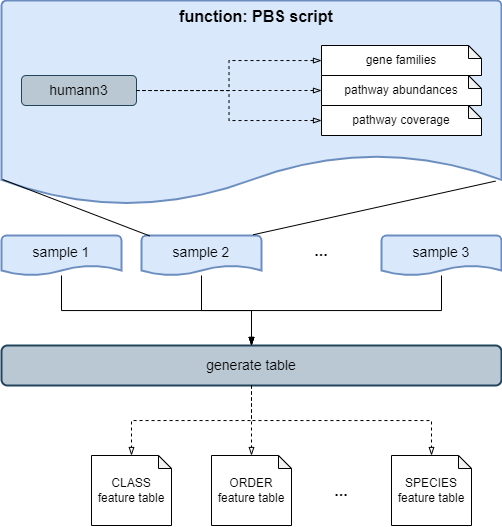
mrcbioinfo/mima-pipeline keeps this draw.io diagram as docs/assets/img/tutorials/no-singularity/tut_function_pipeline.png. Above is the earlier version. Source tidied: cells renumbered, new cells last; positions are measured from the earlier drawing's top-left corner, leaving out a move shared by most shapes. Its diagram source:
```xml
<mxGraphModel>
  <root>
    <mxCell id="0" />
    <mxCell id="1" parent="0" />
    <mxCell id="2" value="generate table" style="rounded=1;whiteSpace=wrap;html=1;fontSize=14;fillColor=#bac8d3;strokeColor=#23445d;strokeWidth=2;verticalAlign=middle;gradientColor=none;" parent="1" vertex="1">
      <mxGeometry y="345" width="500" height="40" as="geometry" />
    </mxCell>
    <mxCell id="3" value="function: PBS script" style="strokeWidth=2;html=1;shape=mxgraph.flowchart.document2;whiteSpace=wrap;size=0.25;fillColor=#dae8fc;fontColor=default;strokeColor=#6c8ebf;align=center;verticalAlign=top;fontStyle=1;fontSize=16;spacingLeft=10;rounded=1;" parent="1" vertex="1">
      <mxGeometry width="500" height="205" as="geometry" />
    </mxCell>
    <mxCell id="4" value="humann3" style="rounded=1;whiteSpace=wrap;html=1;fontSize=14;fillColor=#bac8d3;strokeColor=#23445d;" parent="1" vertex="1">
      <mxGeometry x="20" y="75" width="115" height="30" as="geometry" />
    </mxCell>
    <mxCell id="5" style="edgeStyle=orthogonalEdgeStyle;rounded=0;jettySize=auto;html=1;dashed=1;fontSize=16;endArrow=blockThin;endFill=0;" parent="1" edge="1" source="6" target="10">
      <mxGeometry relative="1" as="geometry" />
    </mxCell>
    <mxCell id="6" value="pathway abundances" style="shape=note;whiteSpace=wrap;html=1;backgroundOutline=1;darkOpacity=0.05;fontFamily=Helvetica;fontSize=12;fontColor=rgb(0, 0, 0);align=center;strokeColor=rgb(0, 0, 0);strokeWidth=1;fillColor=rgb(255, 255, 255);size=13;" parent="1" vertex="1">
      <mxGeometry x="320" y="75" width="160" height="30" as="geometry" />
    </mxCell>
    <mxCell id="7" style="edgeStyle=orthogonalEdgeStyle;rounded=0;jettySize=auto;html=1;fontSize=16;endArrow=blockThin;endFill=0;dashed=1;exitX=1;exitY=0.5;exitDx=0;exitDy=0;" parent="1" edge="1" source="4" target="6">
      <mxGeometry relative="1" as="geometry" />
    </mxCell>
    <mxCell id="8" value="pathway coverage" style="shape=note;whiteSpace=wrap;html=1;backgroundOutline=1;darkOpacity=0.05;fontFamily=Helvetica;fontSize=12;fontColor=rgb(0, 0, 0);align=center;strokeColor=rgb(0, 0, 0);strokeWidth=1;fillColor=rgb(255, 255, 255);size=13;" parent="1" vertex="1">
      <mxGeometry x="320" y="105" width="160" height="30" as="geometry" />
    </mxCell>
    <mxCell id="9" style="edgeStyle=orthogonalEdgeStyle;rounded=0;jettySize=auto;html=1;fontSize=16;endArrow=blockThin;endFill=0;dashed=1;exitX=1;exitY=0.5;exitDx=0;exitDy=0;entryX=0;entryY=0.5;entryDx=0;entryDy=0;entryPerimeter=0;" parent="1" edge="1" source="4" target="8">
      <mxGeometry relative="1" as="geometry" />
    </mxCell>
    <mxCell id="10" value="gene families" style="shape=note;whiteSpace=wrap;html=1;backgroundOutline=1;darkOpacity=0.05;fontFamily=Helvetica;fontSize=12;fontColor=rgb(0, 0, 0);align=center;strokeColor=rgb(0, 0, 0);strokeWidth=1;fillColor=rgb(255, 255, 255);size=13;" parent="1" vertex="1">
      <mxGeometry x="320" y="45" width="160" height="30" as="geometry" />
    </mxCell>
    <mxCell id="11" style="edgeStyle=orthogonalEdgeStyle;rounded=0;jettySize=auto;html=1;fontSize=16;endArrow=blockThin;endFill=0;dashed=1;" parent="1" edge="1" source="4" target="10">
      <mxGeometry relative="1" as="geometry" />
    </mxCell>
    <mxCell id="12" style="edgeStyle=orthogonalEdgeStyle;rounded=0;jettySize=auto;html=1;fontSize=16;endArrow=blockThin;endFill=1;" parent="1" edge="1" source="13" target="2">
      <mxGeometry relative="1" as="geometry" />
    </mxCell>
    <mxCell id="13" value="sample 1" style="strokeWidth=2;html=1;shape=mxgraph.flowchart.document2;whiteSpace=wrap;size=0.25;fillColor=#dae8fc;fontColor=default;strokeColor=#6c8ebf;align=center;verticalAlign=top;fontStyle=0;fontSize=14;spacingLeft=0;rounded=1;spacingTop=1;spacing=3;" parent="1" vertex="1">
      <mxGeometry y="235" width="120" height="40" as="geometry" />
    </mxCell>
    <mxCell id="14" style="edgeStyle=orthogonalEdgeStyle;rounded=0;jettySize=auto;html=1;entryX=0.5;entryY=0;entryDx=0;entryDy=0;fontSize=16;endArrow=blockThin;endFill=1;" parent="1" edge="1" source="15" target="2">
      <mxGeometry relative="1" as="geometry" />
    </mxCell>
    <mxCell id="15" value="sample 2" style="strokeWidth=2;html=1;shape=mxgraph.flowchart.document2;whiteSpace=wrap;size=0.25;fillColor=#dae8fc;fontColor=default;strokeColor=#6c8ebf;align=center;verticalAlign=top;fontStyle=0;fontSize=14;spacingLeft=0;rounded=1;spacingTop=1;spacing=3;" parent="1" vertex="1">
      <mxGeometry x="140" y="235" width="120" height="40" as="geometry" />
    </mxCell>
    <mxCell id="16" style="edgeStyle=orthogonalEdgeStyle;rounded=0;jettySize=auto;html=1;fontSize=16;endArrow=blockThin;endFill=1;" parent="1" edge="1" source="17" target="2">
      <mxGeometry relative="1" as="geometry" />
    </mxCell>
    <mxCell id="17" value="sample 3" style="strokeWidth=2;html=1;shape=mxgraph.flowchart.document2;whiteSpace=wrap;size=0.25;fillColor=#dae8fc;fontColor=default;strokeColor=#6c8ebf;align=center;verticalAlign=top;fontStyle=0;fontSize=14;spacingLeft=0;rounded=1;spacingTop=1;spacing=3;" parent="1" vertex="1">
      <mxGeometry x="380" y="235" width="120" height="40" as="geometry" />
    </mxCell>
    <mxCell id="18" style="endArrow=none;html=1;rounded=0;fontSize=16;entryX=0.002;entryY=0.873;entryDx=0;entryDy=0;entryPerimeter=0;exitX=0.068;exitY=0.01;exitDx=0;exitDy=0;exitPerimeter=0;" parent="1" edge="1" source="15" target="3">
      <mxGeometry relative="1" as="geometry" />
    </mxCell>
    <mxCell id="19" style="endArrow=none;html=1;rounded=0;fontSize=16;entryX=0.988;entryY=0.881;entryDx=0;entryDy=0;entryPerimeter=0;exitX=0.931;exitY=-0.019;exitDx=0;exitDy=0;exitPerimeter=0;" parent="1" edge="1" source="15" target="3">
      <mxGeometry relative="1" as="geometry" />
    </mxCell>
    <mxCell id="20" value="CLASS&lt;br&gt;feature table" style="shape=note;whiteSpace=wrap;html=1;backgroundOutline=1;darkOpacity=0.05;fontFamily=Helvetica;fontSize=12;fontColor=rgb(0, 0, 0);align=center;strokeColor=rgb(0, 0, 0);strokeWidth=1;fillColor=rgb(255, 255, 255);size=13;" parent="1" vertex="1">
      <mxGeometry x="90" y="455" width="80" height="70" as="geometry" />
    </mxCell>
    <mxCell id="21" value="ORDER&lt;br&gt;feature table" style="shape=note;whiteSpace=wrap;html=1;backgroundOutline=1;darkOpacity=0.05;fontFamily=Helvetica;fontSize=12;fontColor=rgb(0, 0, 0);align=center;strokeColor=rgb(0, 0, 0);strokeWidth=1;fillColor=rgb(255, 255, 255);size=13;" parent="1" vertex="1">
      <mxGeometry x="210" y="455" width="80" height="70" as="geometry" />
    </mxCell>
    <mxCell id="22" value="SPECIES&lt;br&gt;feature table" style="shape=note;whiteSpace=wrap;html=1;backgroundOutline=1;darkOpacity=0.05;fontFamily=Helvetica;fontSize=12;fontColor=rgb(0, 0, 0);align=center;strokeColor=rgb(0, 0, 0);strokeWidth=1;fillColor=rgb(255, 255, 255);size=13;" parent="1" vertex="1">
      <mxGeometry x="390" y="455" width="80" height="70" as="geometry" />
    </mxCell>
    <mxCell id="23" value="&lt;b&gt;...&lt;/b&gt;" style="text;html=1;strokeColor=none;fillColor=none;align=center;verticalAlign=middle;whiteSpace=wrap;rounded=0;fontSize=16;" parent="1" vertex="1">
      <mxGeometry x="290" y="235" width="60" height="30" as="geometry" />
    </mxCell>
    <mxCell id="24" value="&lt;b&gt;...&lt;/b&gt;" style="text;html=1;strokeColor=none;fillColor=none;align=center;verticalAlign=middle;whiteSpace=wrap;rounded=0;fontSize=16;" parent="1" vertex="1">
      <mxGeometry x="310" y="475" width="60" height="30" as="geometry" />
    </mxCell>
    <mxCell id="25" style="edgeStyle=orthogonalEdgeStyle;rounded=0;jettySize=auto;html=1;dashed=1;fontSize=16;endArrow=blockThin;endFill=0;" parent="1" edge="1" source="2" target="20">
      <mxGeometry relative="1" as="geometry" />
    </mxCell>
    <mxCell id="26" style="edgeStyle=orthogonalEdgeStyle;rounded=0;jettySize=auto;html=1;fontSize=16;endArrow=blockThin;endFill=0;dashed=1;" parent="1" edge="1" source="2" target="21">
      <mxGeometry relative="1" as="geometry" />
    </mxCell>
    <mxCell id="27" style="edgeStyle=orthogonalEdgeStyle;rounded=0;jettySize=auto;html=1;dashed=1;fontSize=16;endArrow=blockThin;endFill=0;" parent="1" edge="1" source="2" target="22">
      <mxGeometry relative="1" as="geometry" />
    </mxCell>
  </root>
</mxGraphModel>
```
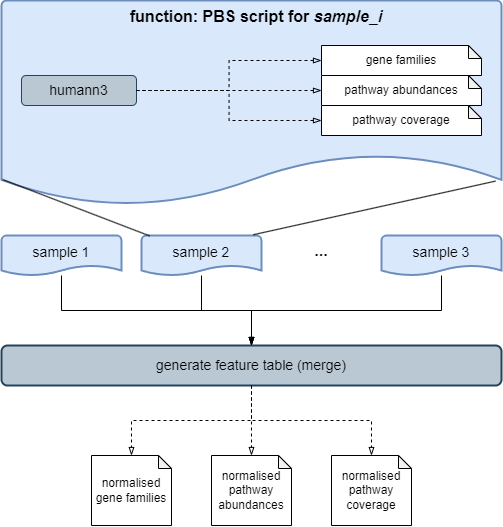
After the commit.

Diff of the diagram source:
```diff
@@ -2,10 +2,10 @@
   <root>
     <mxCell id="0" />
     <mxCell id="1" parent="0" />
-    <mxCell id="2" value="generate table" style="rounded=1;whiteSpace=wrap;html=1;fontSize=14;fillColor=#bac8d3;strokeColor=#23445d;strokeWidth=2;verticalAlign=middle;gradientColor=none;" parent="1" vertex="1">
+    <mxCell id="2" value="generate feature table (merge)" style="rounded=1;whiteSpace=wrap;html=1;fontSize=14;fillColor=#bac8d3;strokeColor=#23445d;strokeWidth=2;verticalAlign=middle;gradientColor=none;" parent="1" vertex="1">
       <mxGeometry y="345" width="500" height="40" as="geometry" />
     </mxCell>
-    <mxCell id="3" value="function: PBS script" style="strokeWidth=2;html=1;shape=mxgraph.flowchart.document2;whiteSpace=wrap;size=0.25;fillColor=#dae8fc;fontColor=default;strokeColor=#6c8ebf;align=center;verticalAlign=top;fontStyle=1;fontSize=16;spacingLeft=10;rounded=1;" parent="1" vertex="1">
+    <mxCell id="3" value="function: PBS script for &lt;i&gt;sample_i&lt;/i&gt;" style="strokeWidth=2;html=1;shape=mxgraph.flowchart.document2;whiteSpace=wrap;size=0.25;fillColor=#dae8fc;fontColor=default;strokeColor=#6c8ebf;align=center;verticalAlign=top;fontStyle=1;fontSize=16;spacingLeft=10;rounded=1;" parent="1" vertex="1">
       <mxGeometry width="500" height="205" as="geometry" />
     </mxCell>
     <mxCell id="4" value="humann3" style="rounded=1;whiteSpace=wrap;html=1;fontSize=14;fillColor=#bac8d3;strokeColor=#23445d;" parent="1" vertex="1">
@@ -56,29 +56,26 @@
     <mxCell id="19" style="endArrow=none;html=1;rounded=0;fontSize=16;entryX=0.988;entryY=0.881;entryDx=0;entryDy=0;entryPerimeter=0;exitX=0.931;exitY=-0.019;exitDx=0;exitDy=0;exitPerimeter=0;" parent="1" edge="1" source="15" target="3">
       <mxGeometry relative="1" as="geometry" />
     </mxCell>
-    <mxCell id="20" value="CLASS&lt;br&gt;feature table" style="shape=note;whiteSpace=wrap;html=1;backgroundOutline=1;darkOpacity=0.05;fontFamily=Helvetica;fontSize=12;fontColor=rgb(0, 0, 0);align=center;strokeColor=rgb(0, 0, 0);strokeWidth=1;fillColor=rgb(255, 255, 255);size=13;" parent="1" vertex="1">
+    <mxCell id="20" value="normalised gene families" style="shape=note;whiteSpace=wrap;html=1;backgroundOutline=1;darkOpacity=0.05;fontFamily=Helvetica;fontSize=12;fontColor=rgb(0, 0, 0);align=center;strokeColor=rgb(0, 0, 0);strokeWidth=1;fillColor=rgb(255, 255, 255);size=13;" parent="1" vertex="1">
       <mxGeometry x="90" y="455" width="80" height="70" as="geometry" />
     </mxCell>
-    <mxCell id="21" value="ORDER&lt;br&gt;feature table" style="shape=note;whiteSpace=wrap;html=1;backgroundOutline=1;darkOpacity=0.05;fontFamily=Helvetica;fontSize=12;fontColor=rgb(0, 0, 0);align=center;strokeColor=rgb(0, 0, 0);strokeWidth=1;fillColor=rgb(255, 255, 255);size=13;" parent="1" vertex="1">
+    <mxCell id="21" value="normalised pathway abundances" style="shape=note;whiteSpace=wrap;html=1;backgroundOutline=1;darkOpacity=0.05;fontFamily=Helvetica;fontSize=12;fontColor=rgb(0, 0, 0);align=center;strokeColor=rgb(0, 0, 0);strokeWidth=1;fillColor=rgb(255, 255, 255);size=13;" parent="1" vertex="1">
       <mxGeometry x="210" y="455" width="80" height="70" as="geometry" />
     </mxCell>
-    <mxCell id="22" value="SPECIES&lt;br&gt;feature table" style="shape=note;whiteSpace=wrap;html=1;backgroundOutline=1;darkOpacity=0.05;fontFamily=Helvetica;fontSize=12;fontColor=rgb(0, 0, 0);align=center;strokeColor=rgb(0, 0, 0);strokeWidth=1;fillColor=rgb(255, 255, 255);size=13;" parent="1" vertex="1">
-      <mxGeometry x="390" y="455" width="80" height="70" as="geometry" />
+    <mxCell id="22" value="normalised pathway coverage" style="shape=note;whiteSpace=wrap;html=1;backgroundOutline=1;darkOpacity=0.05;fontFamily=Helvetica;fontSize=12;fontColor=rgb(0, 0, 0);align=center;strokeColor=rgb(0, 0, 0);strokeWidth=1;fillColor=rgb(255, 255, 255);size=13;" parent="1" vertex="1">
+      <mxGeometry x="330" y="455" width="80" height="70" as="geometry" />
     </mxCell>
     <mxCell id="23" value="&lt;b&gt;...&lt;/b&gt;" style="text;html=1;strokeColor=none;fillColor=none;align=center;verticalAlign=middle;whiteSpace=wrap;rounded=0;fontSize=16;" parent="1" vertex="1">
       <mxGeometry x="290" y="235" width="60" height="30" as="geometry" />
     </mxCell>
-    <mxCell id="24" value="&lt;b&gt;...&lt;/b&gt;" style="text;html=1;strokeColor=none;fillColor=none;align=center;verticalAlign=middle;whiteSpace=wrap;rounded=0;fontSize=16;" parent="1" vertex="1">
-      <mxGeometry x="310" y="475" width="60" height="30" as="geometry" />
+    <mxCell id="24" style="edgeStyle=orthogonalEdgeStyle;rounded=0;jettySize=auto;html=1;dashed=1;fontSize=16;endArrow=blockThin;endFill=0;" parent="1" edge="1" source="2" target="20">
+      <mxGeometry relative="1" as="geometry" />
     </mxCell>
-    <mxCell id="25" style="edgeStyle=orthogonalEdgeStyle;rounded=0;jettySize=auto;html=1;dashed=1;fontSize=16;endArrow=blockThin;endFill=0;" parent="1" edge="1" source="2" target="20">
+    <mxCell id="25" style="edgeStyle=orthogonalEdgeStyle;rounded=0;jettySize=auto;html=1;fontSize=16;endArrow=blockThin;endFill=0;dashed=1;" parent="1" edge="1" source="2" target="21">
       <mxGeometry relative="1" as="geometry" />
     </mxCell>
-    <mxCell id="26" style="edgeStyle=orthogonalEdgeStyle;rounded=0;jettySize=auto;html=1;fontSize=16;endArrow=blockThin;endFill=0;dashed=1;" parent="1" edge="1" source="2" target="21">
+    <mxCell id="26" style="edgeStyle=orthogonalEdgeStyle;rounded=0;jettySize=auto;html=1;dashed=1;fontSize=16;endArrow=blockThin;endFill=0;" parent="1" edge="1" source="2" target="22">
       <mxGeometry relative="1" as="geometry" />
     </mxCell>
-    <mxCell id="27" style="edgeStyle=orthogonalEdgeStyle;rounded=0;jettySize=auto;html=1;dashed=1;fontSize=16;endArrow=blockThin;endFill=0;" parent="1" edge="1" source="2" target="22">
-      <mxGeometry relative="1" as="geometry" />
-    </mxCell>
   </root>
 </mxGraphModel>
```
